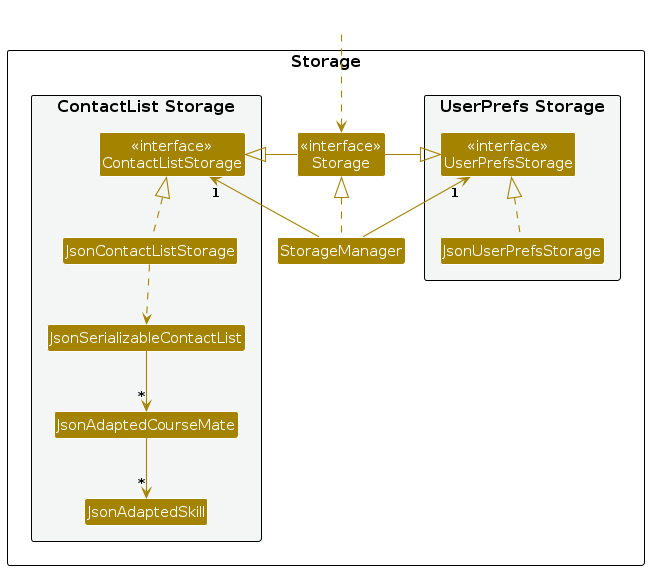
Earlier version of the PlantUML export diagrams/StorageClassDiagram.png (benson1029/tp). Its source is kept beside it as diagrams/StorageClassDiagram.puml. Its diagram source:
```plantuml
@startuml
!include style.puml
skinparam arrowThickness 1.1
skinparam arrowColor STORAGE_COLOR
skinparam classBackgroundColor STORAGE_COLOR

package Storage as StoragePackage {

package "UserPrefs Storage" #F4F6F6{
Class "<<interface>>\nUserPrefsStorage" as UserPrefsStorage
Class JsonUserPrefsStorage
}

Class "<<interface>>\nStorage" as Storage
Class StorageManager

package "ContactList Storage" #F4F6F6{
Class "<<interface>>\nContactListStorage" as ContactListStorage
Class JsonContactListStorage
Class JsonSerializableContactList
Class JsonAdaptedCourseMate
Class JsonAdaptedSkill
}

}

Class HiddenOutside #FFFFFF
HiddenOutside ..> Storage

StorageManager .up.|> Storage
StorageManager -up-> "1" UserPrefsStorage
StorageManager -up-> "1" ContactListStorage

Storage -left-|> UserPrefsStorage
Storage -right-|> ContactListStorage

JsonUserPrefsStorage .up.|> UserPrefsStorage
JsonContactListStorage .up.|> ContactListStorage
JsonContactListStorage ..> JsonSerializableContactList
JsonSerializableContactList --> "*" JsonAdaptedCourseMate
JsonAdaptedCourseMate --> "*" JsonAdaptedSkill

@enduml
```
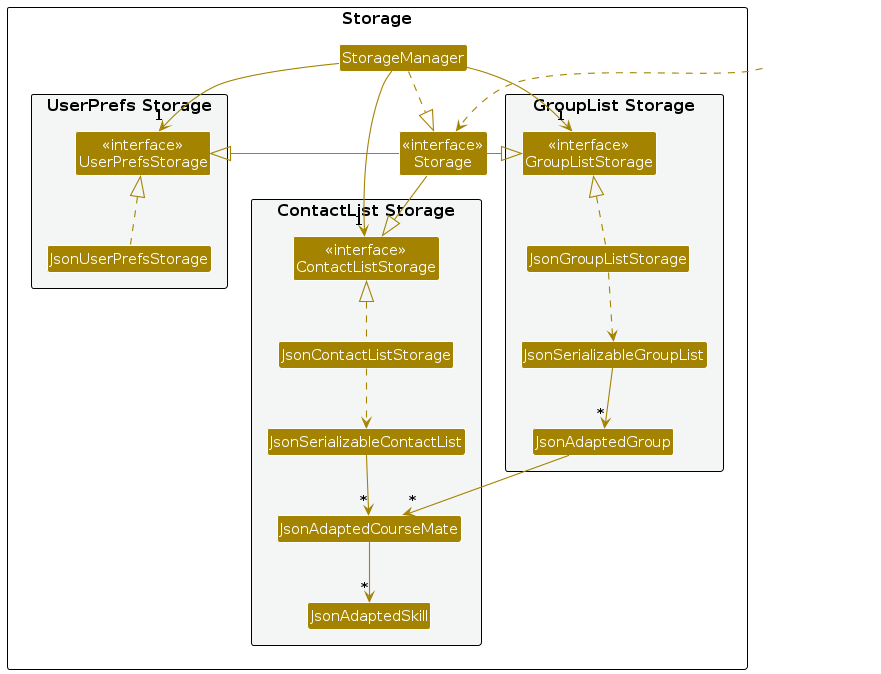
The same file after the commit.

What changed in the source:
```diff
@@ -22,22 +22,37 @@
 Class JsonAdaptedSkill
 }
 
+package "GroupList Storage" #F4F6F6{
+Class "<<interface>>\nGroupListStorage" as GroupListStorage
+Class JsonGroupListStorage
+Class JsonSerializableGroupList
+Class JsonAdaptedGroup
+}
+
 }
 
 Class HiddenOutside #FFFFFF
 HiddenOutside ..> Storage
 
-StorageManager .up.|> Storage
-StorageManager -up-> "1" UserPrefsStorage
-StorageManager -up-> "1" ContactListStorage
+StorageManager .right.|> Storage
+StorageManager --> "1" UserPrefsStorage
+StorageManager --> "1" ContactListStorage
+StorageManager --> "1" GroupListStorage
 
 Storage -left-|> UserPrefsStorage
 Storage -right-|> ContactListStorage
+Storage -right-|> GroupListStorage
 
 JsonUserPrefsStorage .up.|> UserPrefsStorage
 JsonContactListStorage .up.|> ContactListStorage
+JsonGroupListStorage .up.|> GroupListStorage
+
 JsonContactListStorage ..> JsonSerializableContactList
 JsonSerializableContactList --> "*" JsonAdaptedCourseMate
 JsonAdaptedCourseMate --> "*" JsonAdaptedSkill
 
+JsonGroupListStorage ..> JsonSerializableGroupList
+JsonSerializableGroupList --> "*" JsonAdaptedGroup
+JsonAdaptedGroup --> "*" JsonAdaptedCourseMate
+
 @enduml
```
